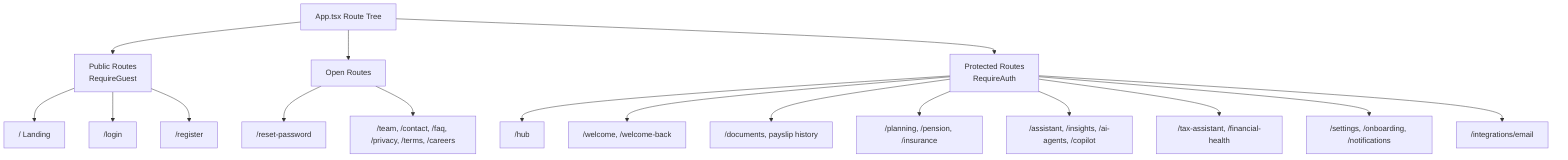
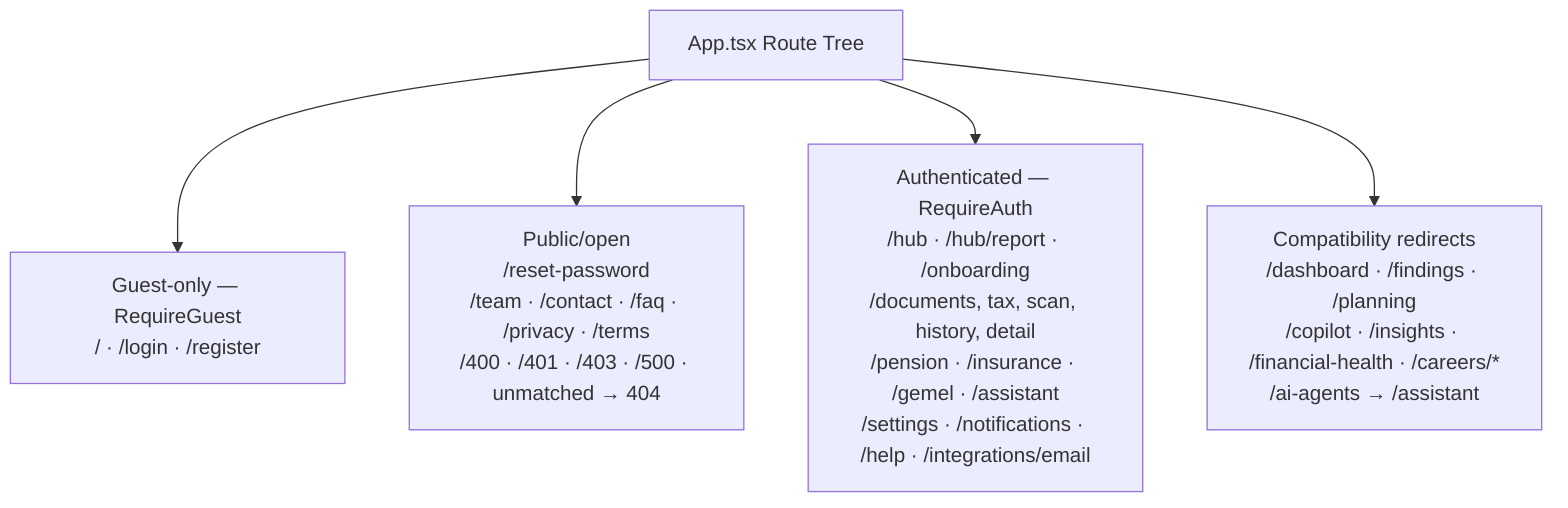
flowchart TB
  Root["App.tsx Route Tree"]

-   Root --> Public["Public Routes\nRequireGuest"]
-   Root --> Open["Open Routes"]
-   Root --> Protected["Protected Routes\nRequireAuth"]
- 
-   Public --> Home["/ Landing"]
-   Public --> Login["/login"]
-   Public --> Register["/register"]
- 
-   Open --> Reset["/reset-password"]
-   Open --> Marketing["/team, /contact, /faq, /privacy, /terms, /careers"]
- 
-   Protected --> Hub["/hub"]
-   Protected --> Welcome["/welcome, /welcome-back"]
-   Protected --> Docs["/documents, payslip history"]
-   Protected --> Finance["/planning, /pension, /insurance"]
-   Protected --> AI["/assistant, /insights, /ai-agents, /copilot"]
-   Protected --> Tools["/tax-assistant, /financial-health"]
-   Protected --> User["/settings, /onboarding, /notifications"]
-   Protected --> Integrations["/integrations/email"]
+   Root --> Public["Guest-only — RequireGuest\n/ · /login · /register"]
+   Root --> Open["Public/open\n/reset-password\n/team · /contact · /faq · /privacy · /terms\n/400 · /401 · /403 · /500 · unmatched → 404"]
+   Root --> Protected["Authenticated — RequireAuth\n/hub · /hub/report · /onboarding\n/documents, tax, scan, history, detail\n/pension · /insurance · /gemel · /assistant\n/settings · /notifications · /help · /integrations/email"]
+   Root --> Redirects["Compatibility redirects\n/dashboard · /findings · /planning\n/copilot · /insights · /financial-health · /careers/*\n/ai-agents → /assistant"]
